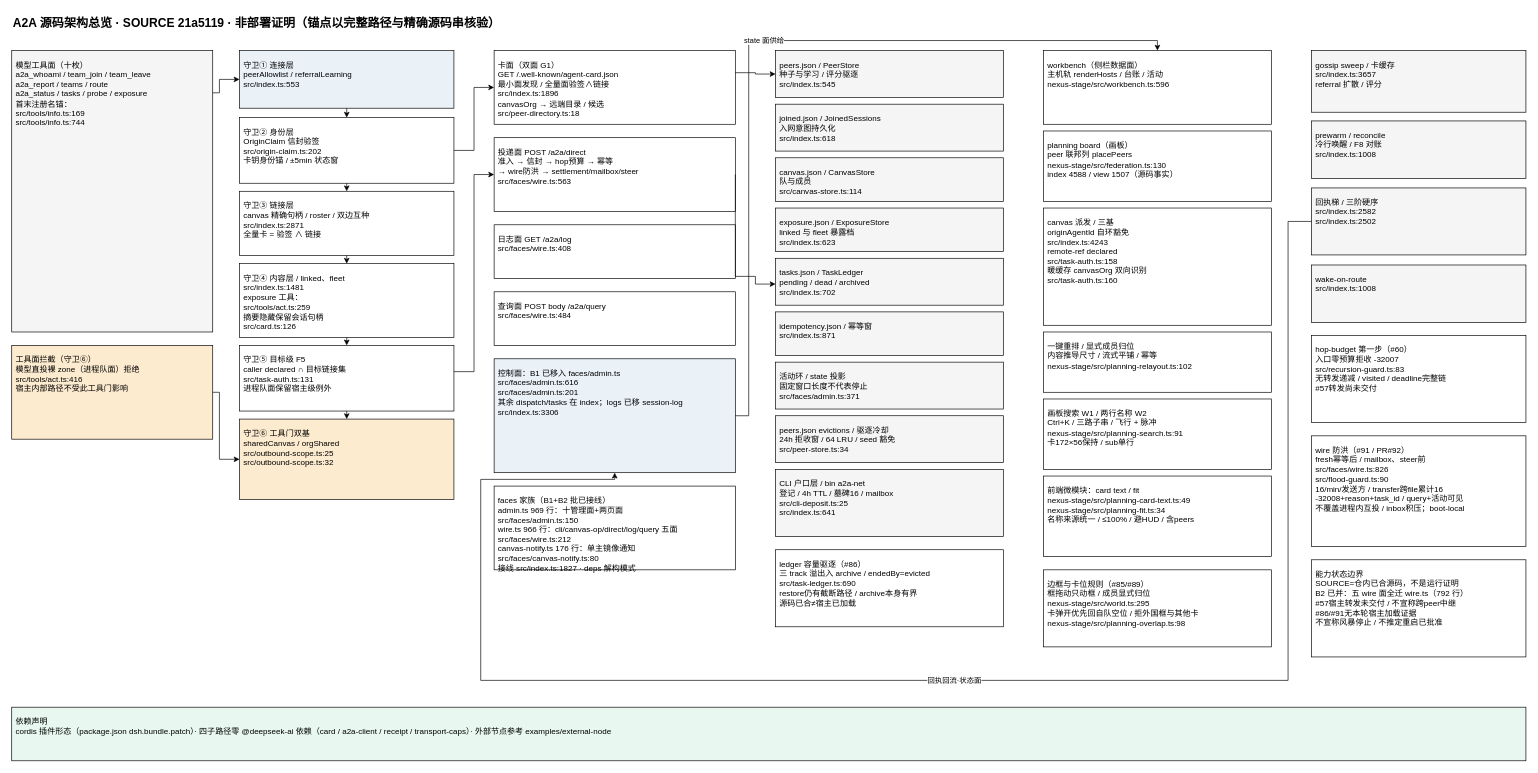
The draw.io diagram page "系统架构总览" (1 of 2) of docs/arch/a2a-architecture.drawio in NelsonLongxiang/dsh-open-a2a-net, before the edit. Source tidied: cells renumbered, new cells numbered last; positions are measured from the earlier drawing's top-left corner, leaving out a move shared by most shapes. Both pictures are drawn from the tidied source at 67%, with x=0, y=0 at pixel (11, 11).
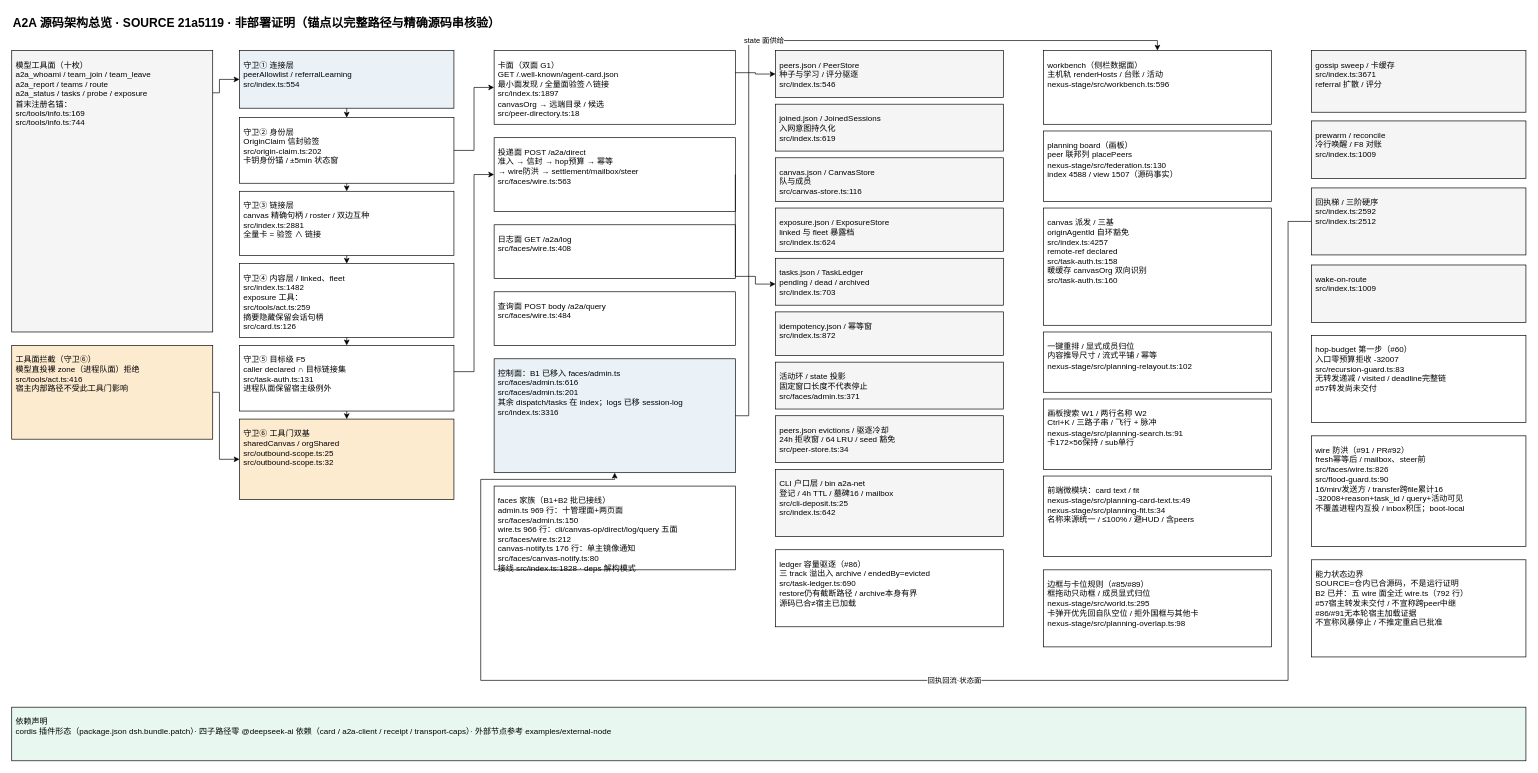
The same page after the edit.

Diff of the diagram source:
```diff
@@
-    <mxCell id="5" value="守卫① 连接层&#10;peerAllowlist / referralLearning&#10;src/index.ts:553" style="rounded=0;whiteSpace=wrap;html=1;fontSize=12;fontColor=#000000;fillColor=#EAF2F8;strokeColor=#000000;align=left;verticalAlign=top;spacing=6;spacingTop=4;" parent="1" vertex="1">
+    <mxCell id="5" value="守卫① 连接层&#10;peerAllowlist / referralLearning&#10;src/index.ts:554" style="rounded=0;whiteSpace=wrap;html=1;fontSize=12;fontColor=#000000;fillColor=#EAF2F8;strokeColor=#000000;align=left;verticalAlign=top;spacing=6;spacingTop=4;" parent="1" vertex="1">
       <mxGeometry x="340" y="58" width="320" height="86" as="geometry" />
     </mxCell>
@@
-    <mxCell id="7" value="守卫③ 链接层&#10;canvas 精确句柄 / roster / 双边互种&#10;src/index.ts:2871&#10;全量卡 = 验签 ∧ 链接" style="rounded=0;whiteSpace=wrap;html=1;fontSize=12;fontColor=#000000;fillColor=#FFFFFF;strokeColor=#000000;align=left;verticalAlign=top;spacing=6;spacingTop=4;" parent="1" vertex="1">
+    <mxCell id="7" value="守卫③ 链接层&#10;canvas 精确句柄 / roster / 双边互种&#10;src/index.ts:2881&#10;全量卡 = 验签 ∧ 链接" style="rounded=0;whiteSpace=wrap;html=1;fontSize=12;fontColor=#000000;fillColor=#FFFFFF;strokeColor=#000000;align=left;verticalAlign=top;spacing=6;spacingTop=4;" parent="1" vertex="1">
       <mxGeometry x="340" y="268" width="320" height="96" as="geometry" />
     </mxCell>
-    <mxCell id="8" value="守卫④ 内容层 / linked、fleet&#10;src/index.ts:1481&#10;exposure 工具：&#10;src/tools/act.ts:259&#10;摘要隐藏保留会话句柄&#10;src/card.ts:126" style="rounded=0;whiteSpace=wrap;html=1;fontSize=12;fontColor=#000000;fillColor=#FFFFFF;strokeColor=#000000;align=left;verticalAlign=top;spacing=6;spacingTop=4;" parent="1" vertex="1">
+    <mxCell id="8" value="守卫④ 内容层 / linked、fleet&#10;src/index.ts:1482&#10;exposure 工具：&#10;src/tools/act.ts:259&#10;摘要隐藏保留会话句柄&#10;src/card.ts:126" style="rounded=0;whiteSpace=wrap;html=1;fontSize=12;fontColor=#000000;fillColor=#FFFFFF;strokeColor=#000000;align=left;verticalAlign=top;spacing=6;spacingTop=4;" parent="1" vertex="1">
       <mxGeometry x="340" y="376" width="320" height="110" as="geometry" />
     </mxCell>
@@
-    <mxCell id="11" value="卡面（双面 G1）&#10;GET /.well-known/agent-card.json&#10;最小面发现 / 全量面验签∧链接&#10;src/index.ts:1896&#10;canvasOrg → 远端目录 / 候选&#10;src/peer-directory.ts:18" style="rounded=0;whiteSpace=wrap;html=1;fontSize=12;fontColor=#000000;fillColor=#FFFFFF;strokeColor=#000000;align=left;verticalAlign=top;spacing=6;spacingTop=4;" parent="1" vertex="1">
+    <mxCell id="11" value="卡面（双面 G1）&#10;GET /.well-known/agent-card.json&#10;最小面发现 / 全量面验签∧链接&#10;src/index.ts:1897&#10;canvasOrg → 远端目录 / 候选&#10;src/peer-directory.ts:18" style="rounded=0;whiteSpace=wrap;html=1;fontSize=12;fontColor=#000000;fillColor=#FFFFFF;strokeColor=#000000;align=left;verticalAlign=top;spacing=6;spacingTop=4;" parent="1" vertex="1">
       <mxGeometry x="720" y="58" width="360" height="110" as="geometry" />
     </mxCell>
@@
-    <mxCell id="15" value="控制面：B1 已移入 faces/admin.ts&#10;src/faces/admin.ts:616&#10;src/faces/admin.ts:201&#10;其余 dispatch/tasks 在 index；logs 已移 session-log&#10;src/index.ts:3306" style="rounded=0;whiteSpace=wrap;html=1;fontSize=12;fontColor=#000000;fillColor=#EAF2F8;strokeColor=#000000;align=left;verticalAlign=top;spacing=6;spacingTop=4;" parent="1" vertex="1">
+    <mxCell id="15" value="控制面：B1 已移入 faces/admin.ts&#10;src/faces/admin.ts:616&#10;src/faces/admin.ts:201&#10;其余 dispatch/tasks 在 index；logs 已移 session-log&#10;src/index.ts:3316" style="rounded=0;whiteSpace=wrap;html=1;fontSize=12;fontColor=#000000;fillColor=#EAF2F8;strokeColor=#000000;align=left;verticalAlign=top;spacing=6;spacingTop=4;" parent="1" vertex="1">
       <mxGeometry x="720" y="518" width="360" height="170" as="geometry" />
     </mxCell>
-    <mxCell id="16" value="peers.json / PeerStore&#10;种子与学习 / 评分驱逐&#10;src/index.ts:545" style="rounded=0;whiteSpace=wrap;html=1;fontSize=12;fontColor=#000000;fillColor=#F5F5F5;strokeColor=#000000;align=left;verticalAlign=top;spacing=6;spacingTop=4;" parent="1" vertex="1">
+    <mxCell id="16" value="peers.json / PeerStore&#10;种子与学习 / 评分驱逐&#10;src/index.ts:546" style="rounded=0;whiteSpace=wrap;html=1;fontSize=12;fontColor=#000000;fillColor=#F5F5F5;strokeColor=#000000;align=left;verticalAlign=top;spacing=6;spacingTop=4;" parent="1" vertex="1">
       <mxGeometry x="1140" y="58" width="340" height="70" as="geometry" />
     </mxCell>
-    <mxCell id="17" value="joined.json / JoinedSessions&#10;入网意图持久化&#10;src/index.ts:618" style="rounded=0;whiteSpace=wrap;html=1;fontSize=12;fontColor=#000000;fillColor=#F5F5F5;strokeColor=#000000;align=left;verticalAlign=top;spacing=6;spacingTop=4;" parent="1" vertex="1">
+    <mxCell id="17" value="joined.json / JoinedSessions&#10;入网意图持久化&#10;src/index.ts:619" style="rounded=0;whiteSpace=wrap;html=1;fontSize=12;fontColor=#000000;fillColor=#F5F5F5;strokeColor=#000000;align=left;verticalAlign=top;spacing=6;spacingTop=4;" parent="1" vertex="1">
       <mxGeometry x="1140" y="138" width="340" height="70" as="geometry" />
     </mxCell>
-    <mxCell id="18" value="canvas.json / CanvasStore&#10;队与成员&#10;src/canvas-store.ts:114" style="rounded=0;whiteSpace=wrap;html=1;fontSize=12;fontColor=#000000;fillColor=#F5F5F5;strokeColor=#000000;align=left;verticalAlign=top;spacing=6;spacingTop=4;" parent="1" vertex="1">
+    <mxCell id="18" value="canvas.json / CanvasStore&#10;队与成员&#10;src/canvas-store.ts:116" style="rounded=0;whiteSpace=wrap;html=1;fontSize=12;fontColor=#000000;fillColor=#F5F5F5;strokeColor=#000000;align=left;verticalAlign=top;spacing=6;spacingTop=4;" parent="1" vertex="1">
       <mxGeometry x="1140" y="218" width="340" height="65" as="geometry" />
     </mxCell>
-    <mxCell id="19" value="exposure.json / ExposureStore&#10;linked 与 fleet 暴露档&#10;src/index.ts:623" style="rounded=0;whiteSpace=wrap;html=1;fontSize=12;fontColor=#000000;fillColor=#F5F5F5;strokeColor=#000000;align=left;verticalAlign=top;spacing=6;spacingTop=4;" parent="1" vertex="1">
+    <mxCell id="19" value="exposure.json / ExposureStore&#10;linked 与 fleet 暴露档&#10;src/index.ts:624" style="rounded=0;whiteSpace=wrap;html=1;fontSize=12;fontColor=#000000;fillColor=#F5F5F5;strokeColor=#000000;align=left;verticalAlign=top;spacing=6;spacingTop=4;" parent="1" vertex="1">
       <mxGeometry x="1140" y="293" width="340" height="65" as="geometry" />
     </mxCell>
-    <mxCell id="20" value="tasks.json / TaskLedger&#10;pending / dead / archived&#10;src/index.ts:702" style="rounded=0;whiteSpace=wrap;html=1;fontSize=12;fontColor=#000000;fillColor=#F5F5F5;strokeColor=#000000;align=left;verticalAlign=top;spacing=6;spacingTop=4;" parent="1" vertex="1">
+    <mxCell id="20" value="tasks.json / TaskLedger&#10;pending / dead / archived&#10;src/index.ts:703" style="rounded=0;whiteSpace=wrap;html=1;fontSize=12;fontColor=#000000;fillColor=#F5F5F5;strokeColor=#000000;align=left;verticalAlign=top;spacing=6;spacingTop=4;" parent="1" vertex="1">
       <mxGeometry x="1140" y="368" width="340" height="70" as="geometry" />
     </mxCell>
-    <mxCell id="21" value="idempotency.json / 幂等窗&#10;src/index.ts:871" style="rounded=0;whiteSpace=wrap;html=1;fontSize=12;fontColor=#000000;fillColor=#F5F5F5;strokeColor=#000000;align=left;verticalAlign=top;spacing=6;spacingTop=4;" parent="1" vertex="1">
+    <mxCell id="21" value="idempotency.json / 幂等窗&#10;src/index.ts:872" style="rounded=0;whiteSpace=wrap;html=1;fontSize=12;fontColor=#000000;fillColor=#F5F5F5;strokeColor=#000000;align=left;verticalAlign=top;spacing=6;spacingTop=4;" parent="1" vertex="1">
       <mxGeometry x="1140" y="448" width="340" height="65" as="geometry" />
     </mxCell>
@@
-    <mxCell id="26" value="CLI 户口层 / bin a2a-net&#10;登记 / 4h TTL / 墓碑16 / mailbox&#10;src/cli-deposit.ts:25&#10;src/index.ts:641" style="rounded=0;whiteSpace=wrap;html=1;fontSize=12;fontColor=#000000;fillColor=#F5F5F5;strokeColor=#000000;align=left;verticalAlign=top;spacing=6;spacingTop=4;" parent="1" vertex="1">
+    <mxCell id="26" value="CLI 户口层 / bin a2a-net&#10;登记 / 4h TTL / 墓碑16 / mailbox&#10;src/cli-deposit.ts:25&#10;src/index.ts:642" style="rounded=0;whiteSpace=wrap;html=1;fontSize=12;fontColor=#000000;fillColor=#F5F5F5;strokeColor=#000000;align=left;verticalAlign=top;spacing=6;spacingTop=4;" parent="1" vertex="1">
       <mxGeometry x="1140" y="683" width="340" height="100" as="geometry" />
     </mxCell>
-    <mxCell id="27" value="canvas 派发 / 三基&#10;originAgentId 自环豁免&#10;src/index.ts:4243&#10;remote-ref declared&#10;src/task-auth.ts:158&#10;暖缓存 canvasOrg 双向识别&#10;src/task-auth.ts:160" style="rounded=0;whiteSpace=wrap;html=1;fontSize=12;fontColor=#000000;fillColor=#FFFFFF;strokeColor=#000000;align=left;verticalAlign=top;spacing=6;spacingTop=4;" parent="1" vertex="1">
+    <mxCell id="27" value="canvas 派发 / 三基&#10;originAgentId 自环豁免&#10;src/index.ts:4257&#10;remote-ref declared&#10;src/task-auth.ts:158&#10;暖缓存 canvasOrg 双向识别&#10;src/task-auth.ts:160" style="rounded=0;whiteSpace=wrap;html=1;fontSize=12;fontColor=#000000;fillColor=#FFFFFF;strokeColor=#000000;align=left;verticalAlign=top;spacing=6;spacingTop=4;" parent="1" vertex="1">
       <mxGeometry x="1540" y="293" width="340" height="175" as="geometry" />
     </mxCell>
@@
-    <mxCell id="30" value="gossip sweep / 卡缓存&#10;src/index.ts:3657&#10;referral 扩散 / 评分" style="rounded=0;whiteSpace=wrap;html=1;fontSize=12;fontColor=#000000;fillColor=#F5F5F5;strokeColor=#000000;align=left;verticalAlign=top;spacing=6;spacingTop=4;" parent="1" vertex="1">
+    <mxCell id="30" value="gossip sweep / 卡缓存&#10;src/index.ts:3671&#10;referral 扩散 / 评分" style="rounded=0;whiteSpace=wrap;html=1;fontSize=12;fontColor=#000000;fillColor=#F5F5F5;strokeColor=#000000;align=left;verticalAlign=top;spacing=6;spacingTop=4;" parent="1" vertex="1">
       <mxGeometry x="1940" y="58" width="320" height="92" as="geometry" />
     </mxCell>
-    <mxCell id="31" value="prewarm / reconcile&#10;冷行唤醒 / F8 对账&#10;src/index.ts:1008" style="rounded=0;whiteSpace=wrap;html=1;fontSize=12;fontColor=#000000;fillColor=#F5F5F5;strokeColor=#000000;align=left;verticalAlign=top;spacing=6;spacingTop=4;" parent="1" vertex="1">
+    <mxCell id="31" value="prewarm / reconcile&#10;冷行唤醒 / F8 对账&#10;src/index.ts:1009" style="rounded=0;whiteSpace=wrap;html=1;fontSize=12;fontColor=#000000;fillColor=#F5F5F5;strokeColor=#000000;align=left;verticalAlign=top;spacing=6;spacingTop=4;" parent="1" vertex="1">
       <mxGeometry x="1940" y="163" width="320" height="86" as="geometry" />
     </mxCell>
-    <mxCell id="32" value="回执梯 / 三阶硬序&#10;src/index.ts:2582&#10;src/index.ts:2502" style="rounded=0;whiteSpace=wrap;html=1;fontSize=12;fontColor=#000000;fillColor=#F5F5F5;strokeColor=#000000;align=left;verticalAlign=top;spacing=6;spacingTop=4;" parent="1" vertex="1">
+    <mxCell id="32" value="回执梯 / 三阶硬序&#10;src/index.ts:2592&#10;src/index.ts:2512" style="rounded=0;whiteSpace=wrap;html=1;fontSize=12;fontColor=#000000;fillColor=#F5F5F5;strokeColor=#000000;align=left;verticalAlign=top;spacing=6;spacingTop=4;" parent="1" vertex="1">
       <mxGeometry x="1940" y="263" width="320" height="100" as="geometry" />
     </mxCell>
-    <mxCell id="33" value="wake-on-route&#10;src/index.ts:1008" style="rounded=0;whiteSpace=wrap;html=1;fontSize=12;fontColor=#000000;fillColor=#F5F5F5;strokeColor=#000000;align=left;verticalAlign=top;spacing=6;spacingTop=4;" parent="1" vertex="1">
+    <mxCell id="33" value="wake-on-route&#10;src/index.ts:1009" style="rounded=0;whiteSpace=wrap;html=1;fontSize=12;fontColor=#000000;fillColor=#F5F5F5;strokeColor=#000000;align=left;verticalAlign=top;spacing=6;spacingTop=4;" parent="1" vertex="1">
       <mxGeometry x="1940" y="378" width="320" height="86" as="geometry" />
     </mxCell>
@@
-    <mxCell id="35" value="faces 家族（B1+B2 批已接线）&#10;admin.ts 969 行：十管理面+两页面&#10;src/faces/admin.ts:150&#10;wire.ts 966 行：cli/canvas-op/direct/log/query 五面&#10;src/faces/wire.ts:212&#10;canvas-notify.ts 176 行：单主镜像通知&#10;src/faces/canvas-notify.ts:80&#10;接线 src/index.ts:1827 · deps 解构模式" style="rounded=0;whiteSpace=wrap;html=1;fontSize=12;fontColor=#000000;fillColor=#FFFFFF;strokeColor=#000000;align=left;verticalAlign=top;spacing=6;spacingTop=4;" parent="1" vertex="1">
+    <mxCell id="35" value="faces 家族（B1+B2 批已接线）&#10;admin.ts 969 行：十管理面+两页面&#10;src/faces/admin.ts:150&#10;wire.ts 966 行：cli/canvas-op/direct/log/query 五面&#10;src/faces/wire.ts:212&#10;canvas-notify.ts 176 行：单主镜像通知&#10;src/faces/canvas-notify.ts:80&#10;接线 src/index.ts:1828 · deps 解构模式" style="rounded=0;whiteSpace=wrap;html=1;fontSize=12;fontColor=#000000;fillColor=#FFFFFF;strokeColor=#000000;align=left;verticalAlign=top;spacing=6;spacingTop=4;" parent="1" vertex="1">
       <mxGeometry x="720" y="708" width="360" height="125" as="geometry" />
     </mxCell>
```
